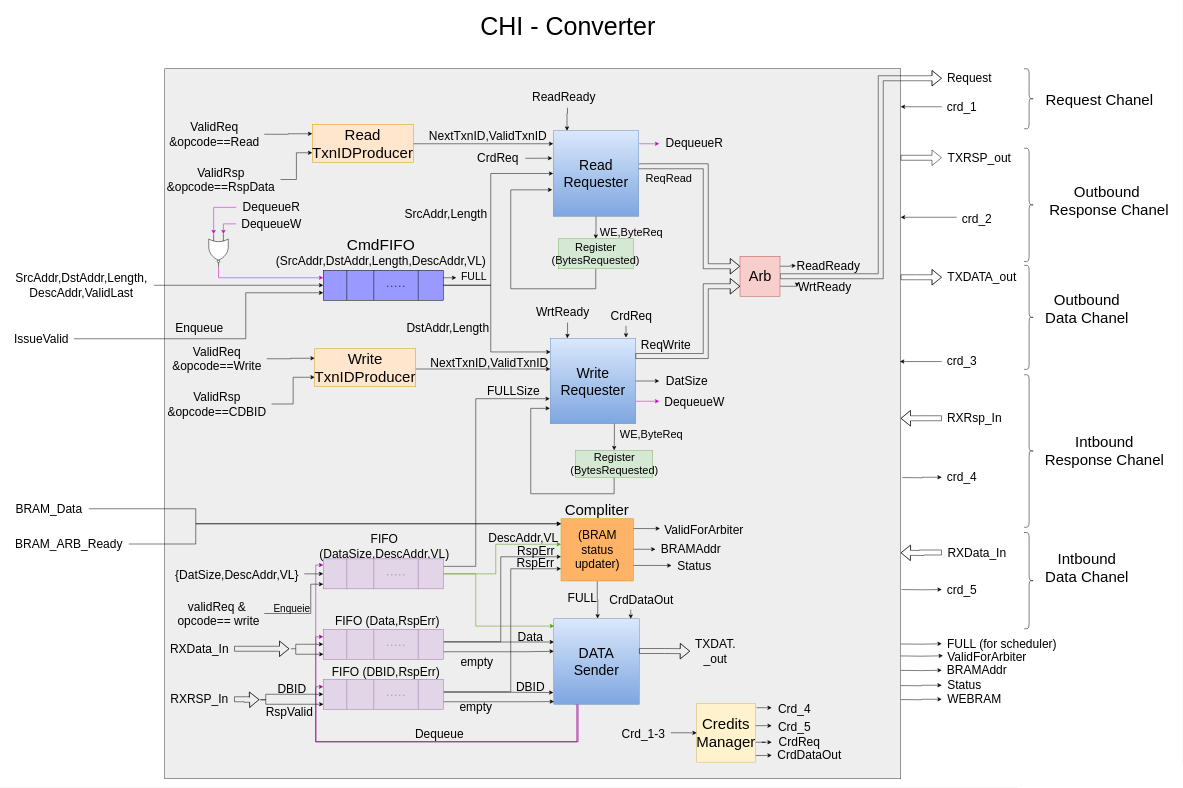
The draw.io diagram page "Αντιγραφή από Σελίδα-1" (1 of 4) of chi-Doc-Draw/DMA/Drawings/chi-conv.drawio in akourkoulos/Chi-DMA, before the edit. Source tidied: cells renumbered, new cells numbered last; positions are measured from the earlier drawing's top-left corner, leaving out a move shared by most shapes. Both pictures are drawn from the tidied source at 50%, with x=0, y=0 at pixel (8, 8).
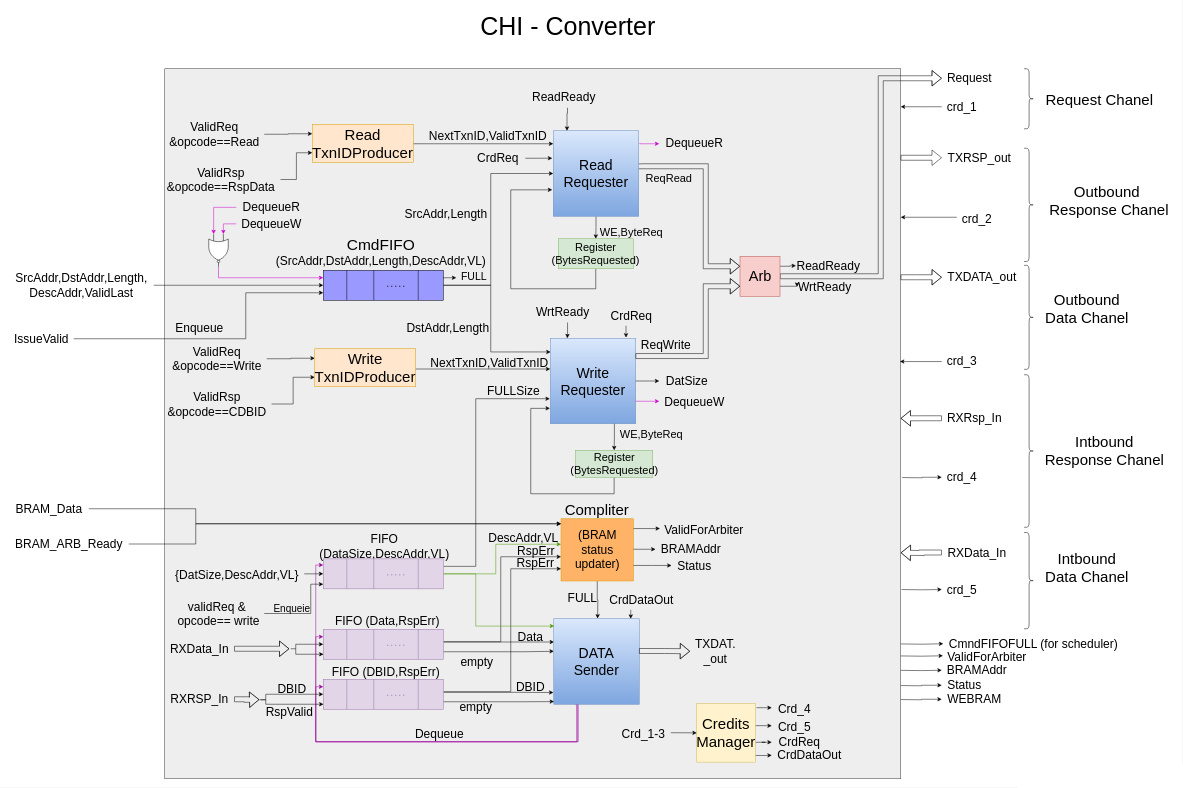
Above is the later version.

Diff of the diagram source:
```diff
@@
-    <mxCell id="190" value="FULL (for scheduler)" style="text;html=1;align=center;verticalAlign=middle;points=[];strokeColor=none;fillColor=none;fontSize=24;" parent="1" vertex="1">
-      <mxGeometry x="1866" y="1250" width="240" height="40" as="geometry" />
+    <mxCell id="190" value="CmndFIFOFULL (for scheduler)" style="text;html=1;align=center;verticalAlign=middle;points=[];strokeColor=none;fillColor=none;fontSize=24;" parent="1" vertex="1">
+      <mxGeometry x="1869" y="1250" width="360" height="40" as="geometry" />
     </mxCell>
```
